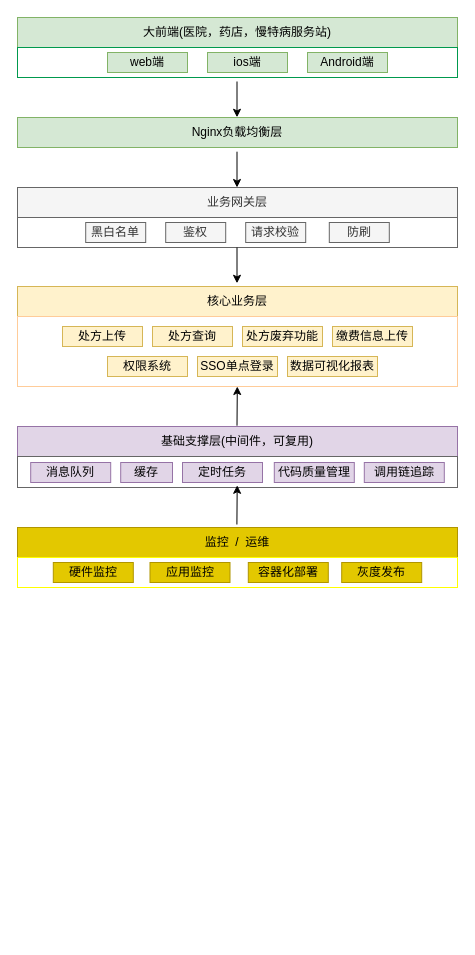
Before: Untitled Diagram.drawio in chenrushui/draw, a draw.io diagram. Source tidied: cells renumbered, new cells numbered last; positions are measured from the earlier drawing's top-left corner, leaving out a move shared by most shapes. Both pictures are drawn from the tidied source at 100%, with x=0, y=0 at pixel (17, 17).
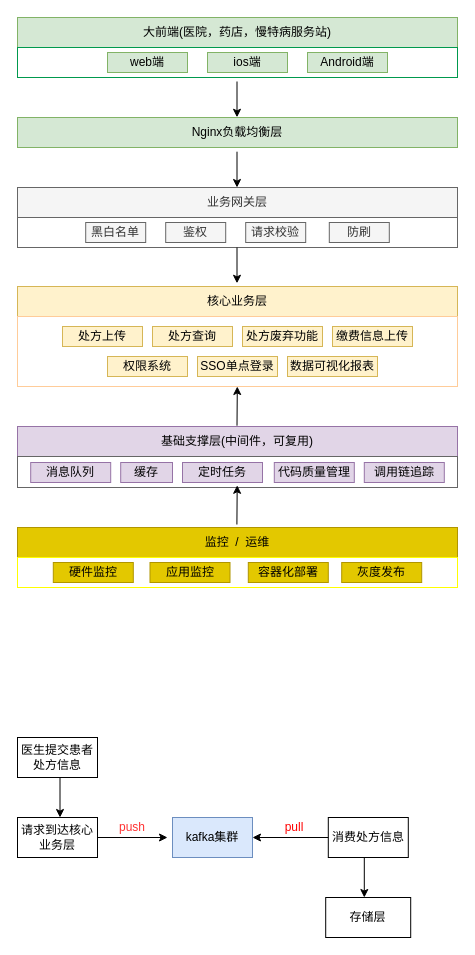
Above is the later version.

The edit, as a diff of the source:
```diff
@@
+    <mxCell id="41" value="kafka集群" style="rounded=0;whiteSpace=wrap;html=1;fillColor=#dae8fc;strokeColor=#6c8ebf;" parent="1" vertex="1">
+      <mxGeometry x="155" y="800" width="80" height="40" as="geometry" />
+    </mxCell>
+    <mxCell id="42" value="医生提交患者处方信息" style="rounded=0;whiteSpace=wrap;html=1;" parent="1" vertex="1">
+      <mxGeometry y="720" width="80" height="40" as="geometry" />
+    </mxCell>
+    <mxCell id="43" value="请求到达核心业务层" style="rounded=0;whiteSpace=wrap;html=1;" parent="1" vertex="1">
+      <mxGeometry y="800" width="80" height="40" as="geometry" />
+    </mxCell>
+    <mxCell id="44" style="endArrow=classic;html=1;exitX=1;exitY=0.5;exitDx=0;exitDy=0;" parent="1" edge="1" source="43">
+      <mxGeometry relative="1" as="geometry">
+        <mxPoint x="150" y="820" as="targetPoint" />
+      </mxGeometry>
+    </mxCell>
+    <mxCell id="45" style="endArrow=classic;html=1;exitX=0.5;exitY=1;exitDx=0;exitDy=0;entryX=0.5;entryY=0;entryDx=0;entryDy=0;" parent="1" edge="1">
+      <mxGeometry relative="1" as="geometry">
+        <mxPoint x="42.5" y="760" as="sourcePoint" />
+        <mxPoint x="42.5" y="800" as="targetPoint" />
+      </mxGeometry>
+    </mxCell>
+    <mxCell id="46" value="消费处方信息" style="rounded=0;whiteSpace=wrap;html=1;" parent="1" vertex="1">
+      <mxGeometry x="310.8" y="800" width="80" height="40" as="geometry" />
+    </mxCell>
+    <mxCell id="47" style="endArrow=classic;html=1;entryX=1;entryY=0.5;entryDx=0;entryDy=0;exitX=0;exitY=0.5;exitDx=0;exitDy=0;" parent="1" edge="1" source="46" target="41">
+      <mxGeometry relative="1" as="geometry" />
+    </mxCell>
+    <mxCell id="48" value="&lt;font color=&quot;#ff3333&quot;&gt;push&lt;/font&gt;" style="text;html=1;strokeColor=none;fillColor=none;align=center;verticalAlign=middle;whiteSpace=wrap;rounded=0;" parent="1" vertex="1">
+      <mxGeometry x="95" y="800" width="40" height="20" as="geometry" />
+    </mxCell>
+    <mxCell id="49" value="&lt;font color=&quot;#ff0000&quot;&gt;pull&lt;/font&gt;" style="text;html=1;strokeColor=none;fillColor=none;align=center;verticalAlign=middle;whiteSpace=wrap;rounded=0;" parent="1" vertex="1">
+      <mxGeometry x="256.8" y="800" width="40" height="20" as="geometry" />
+    </mxCell>
+    <mxCell id="50" value="存储层" style="rounded=0;whiteSpace=wrap;html=1;" parent="1" vertex="1">
+      <mxGeometry x="308.2" y="880" width="85" height="40" as="geometry" />
+    </mxCell>
+    <mxCell id="51" style="endArrow=classic;html=1;exitX=0.5;exitY=1;exitDx=0;exitDy=0;entryX=0.5;entryY=0;entryDx=0;entryDy=0;" parent="1" edge="1">
+      <mxGeometry relative="1" as="geometry">
+        <mxPoint x="346.8" y="840" as="sourcePoint" />
+        <mxPoint x="346.8" y="880" as="targetPoint" />
+      </mxGeometry>
+    </mxCell>
```
